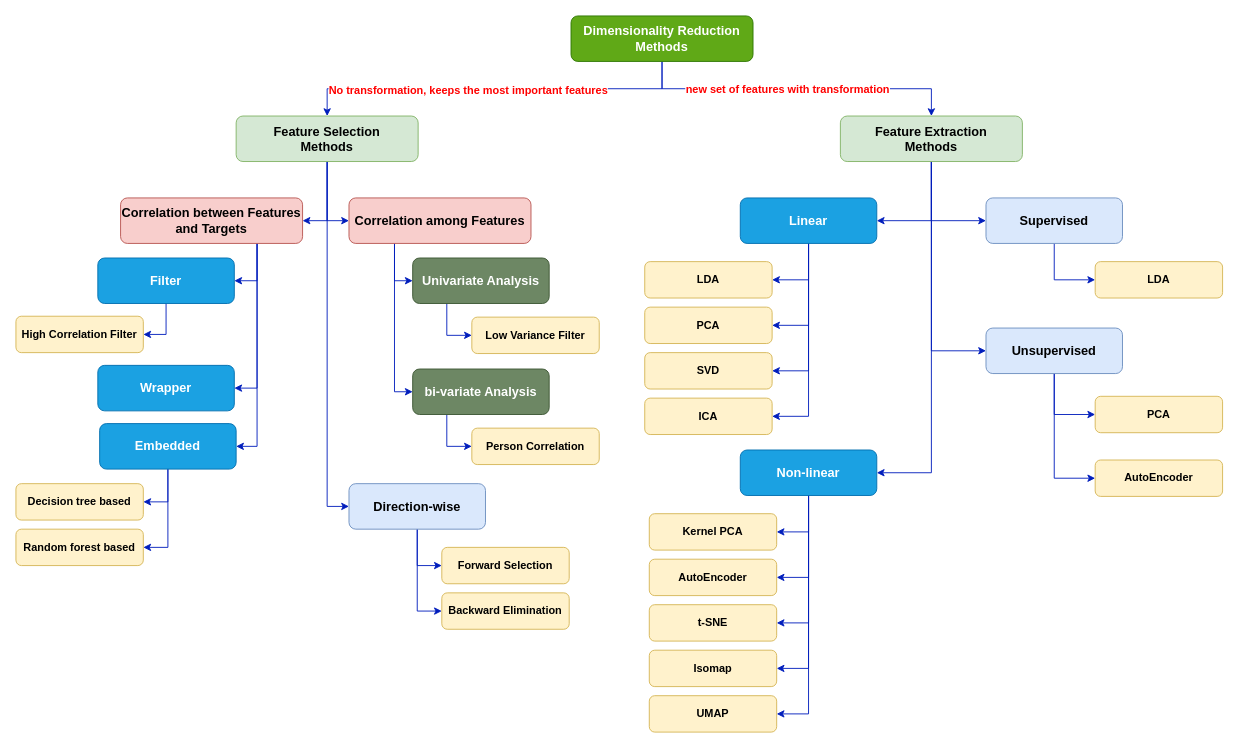
This is machine_learning/data_preprocessing/feature_selection.drawio from cshbli/ML-CV-AI, a draw.io file, before an edit. Source tidied: cells renumbered, new cells numbered last; positions are measured from the earlier drawing's top-left corner, leaving out a move shared by most shapes. Both pictures are drawn from the tidied source at 91%, with x=0, y=0 at pixel (15, 15).
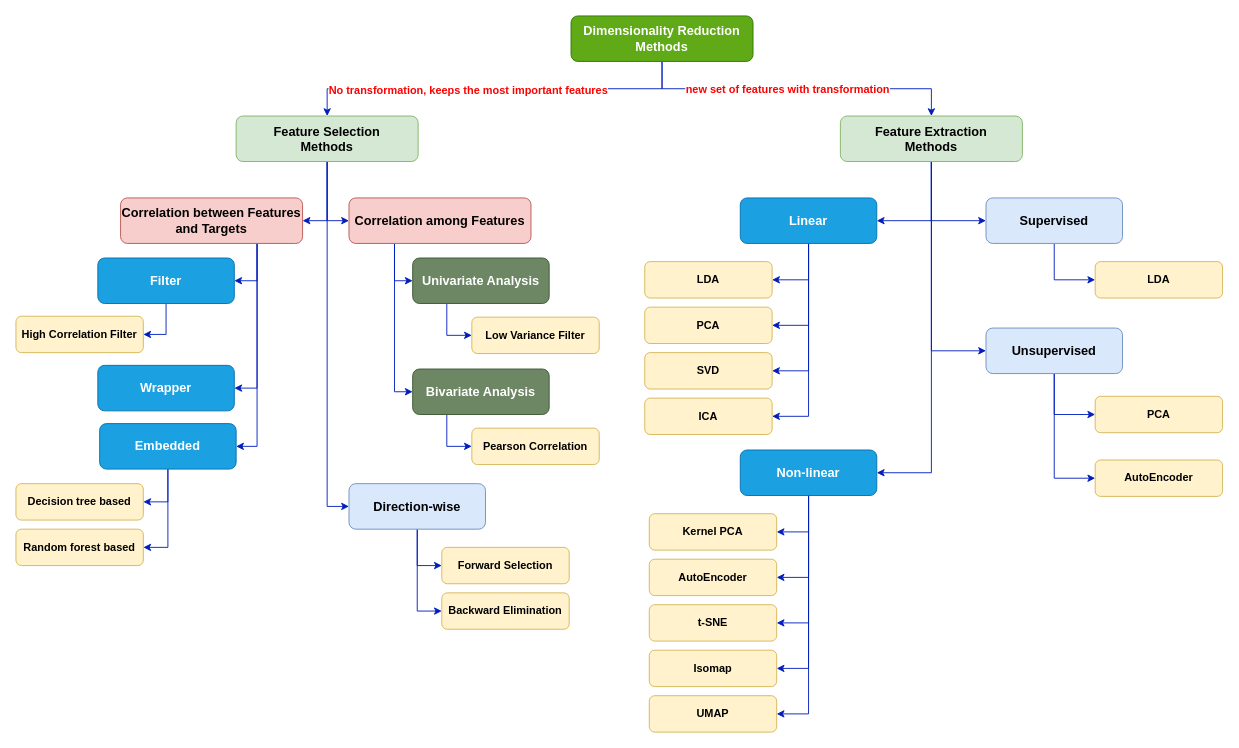
The same diagram, later.

What changed in the source:
```diff
@@
-    <mxCell id="66" value="bi-variate Analysis" style="rounded=1;whiteSpace=wrap;html=1;fontSize=14;glass=0;strokeWidth=1;shadow=0;fillColor=#6d8764;strokeColor=#3A5431;fontStyle=1;fontColor=#ffffff;" parent="1" vertex="1">
+    <mxCell id="66" value="Bivariate Analysis" style="rounded=1;whiteSpace=wrap;html=1;fontSize=14;glass=0;strokeWidth=1;shadow=0;fillColor=#6d8764;strokeColor=#3A5431;fontStyle=1;fontColor=#ffffff;" parent="1" vertex="1">
       <mxGeometry x="436" y="388" width="150" height="50" as="geometry" />
     </mxCell>
-    <mxCell id="67" value="Person Correlation" style="rounded=1;whiteSpace=wrap;html=1;fontSize=12;glass=0;strokeWidth=1;shadow=0;fillColor=#fff2cc;strokeColor=#d6b656;fontStyle=1;" parent="1" vertex="1">
+    <mxCell id="67" value="Pearson Correlation" style="rounded=1;whiteSpace=wrap;html=1;fontSize=12;glass=0;strokeWidth=1;shadow=0;fillColor=#fff2cc;strokeColor=#d6b656;fontStyle=1;" parent="1" vertex="1">
       <mxGeometry x="501" y="453" width="140" height="40" as="geometry" />
     </mxCell>
```
